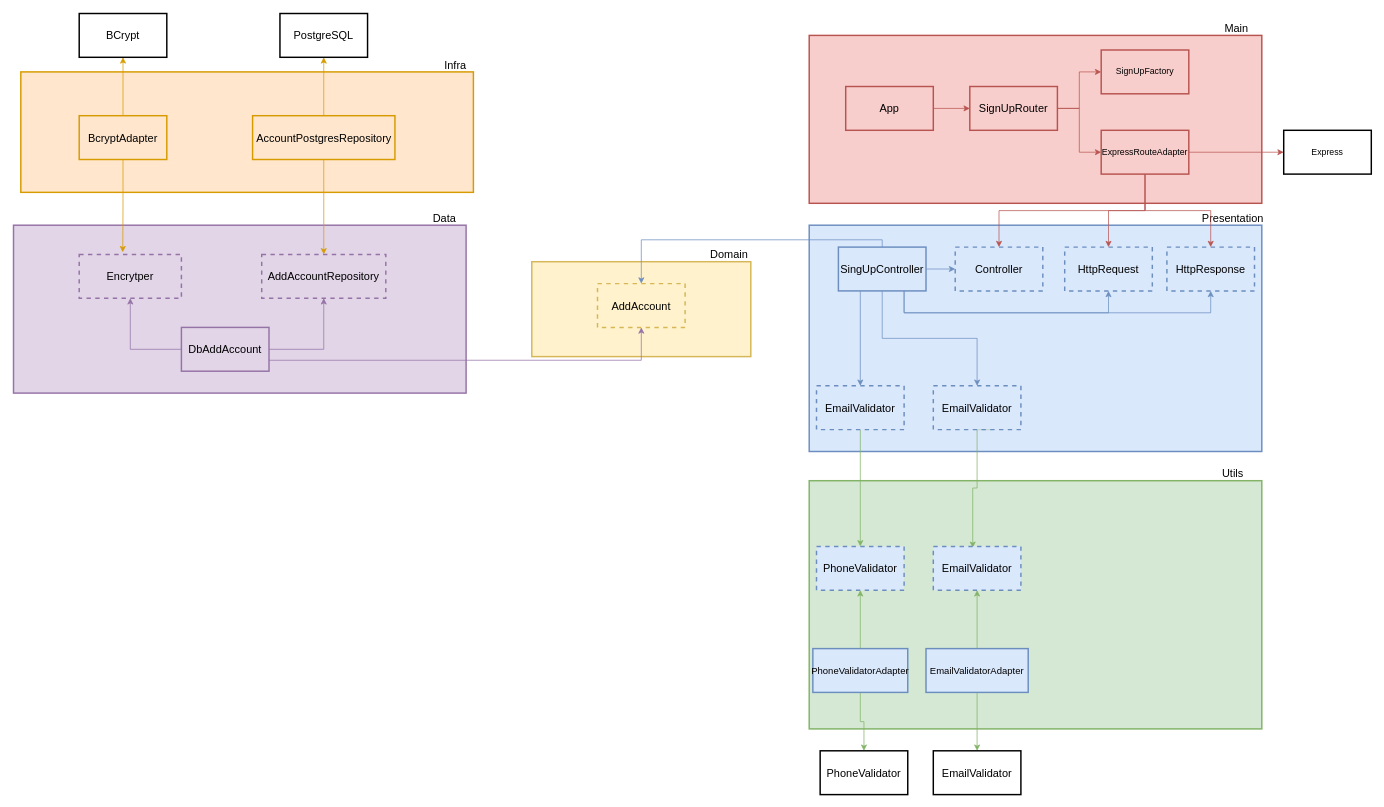
Above: Docs/Diagrams/SignUpDiagram.drawio in idylicaro/api-signUp-signIn-generic (draw.io), before the change. Source tidied: cells renumbered, new cells numbered last; positions are measured from the earlier drawing's top-left corner, leaving out a move shared by most shapes. Both pictures are drawn from the tidied source at 73%, with x=0, y=0 at pixel (13, 13).
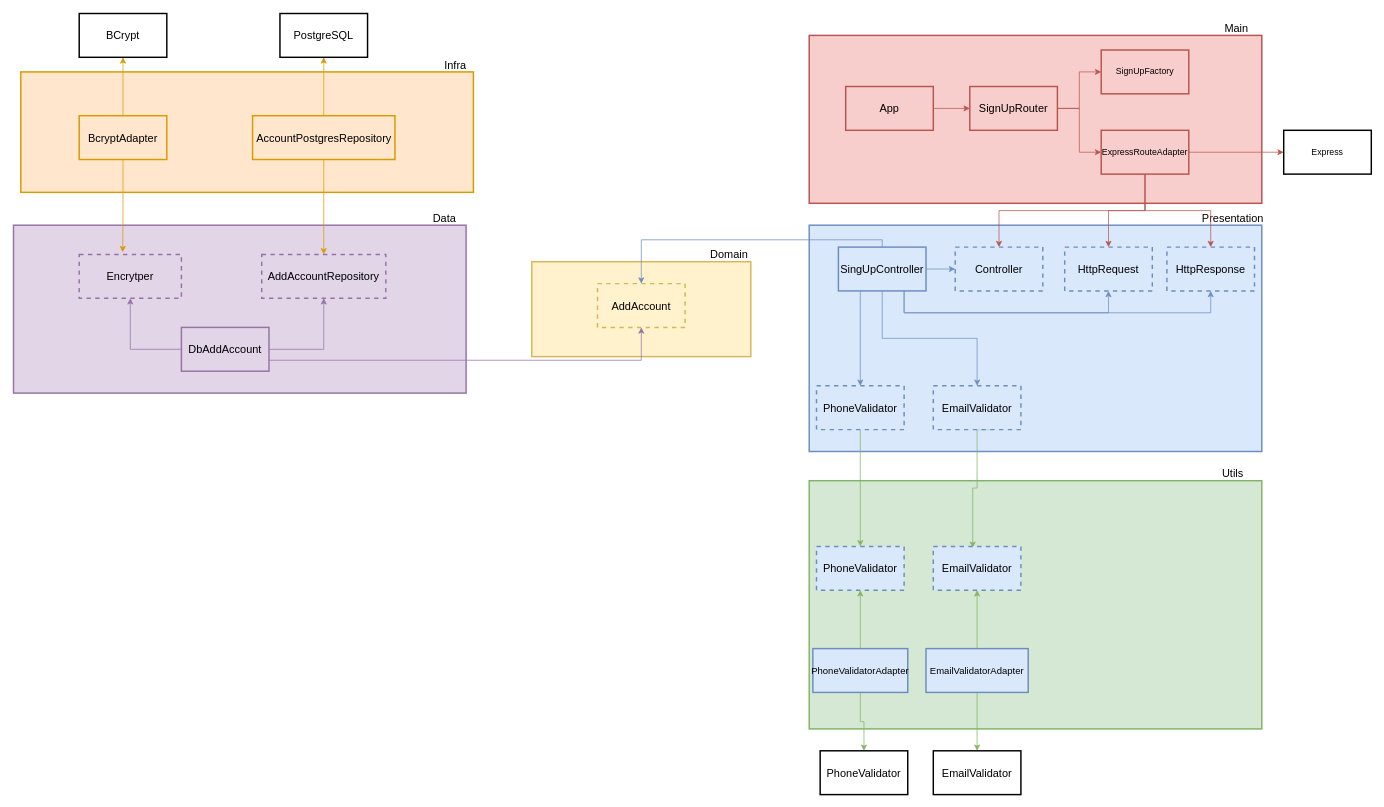
After the change.

Change to the diagram source:
```diff
@@
-    <mxCell id="64" value="&lt;font style=&quot;font-size: 15px&quot;&gt;EmailValidator&lt;/font&gt;" style="rounded=0;whiteSpace=wrap;html=1;strokeWidth=2;fillColor=#dae8fc;dashed=1;strokeColor=#6c8ebf;" parent="1" vertex="1">
+    <mxCell id="64" value="&lt;font style=&quot;font-size: 15px&quot;&gt;PhoneValidator&lt;br&gt;&lt;/font&gt;" style="rounded=0;whiteSpace=wrap;html=1;strokeWidth=2;fillColor=#dae8fc;dashed=1;strokeColor=#6c8ebf;" parent="1" vertex="1">
       <mxGeometry x="1100" y="510" width="120" height="60" as="geometry" />
     </mxCell>
```
